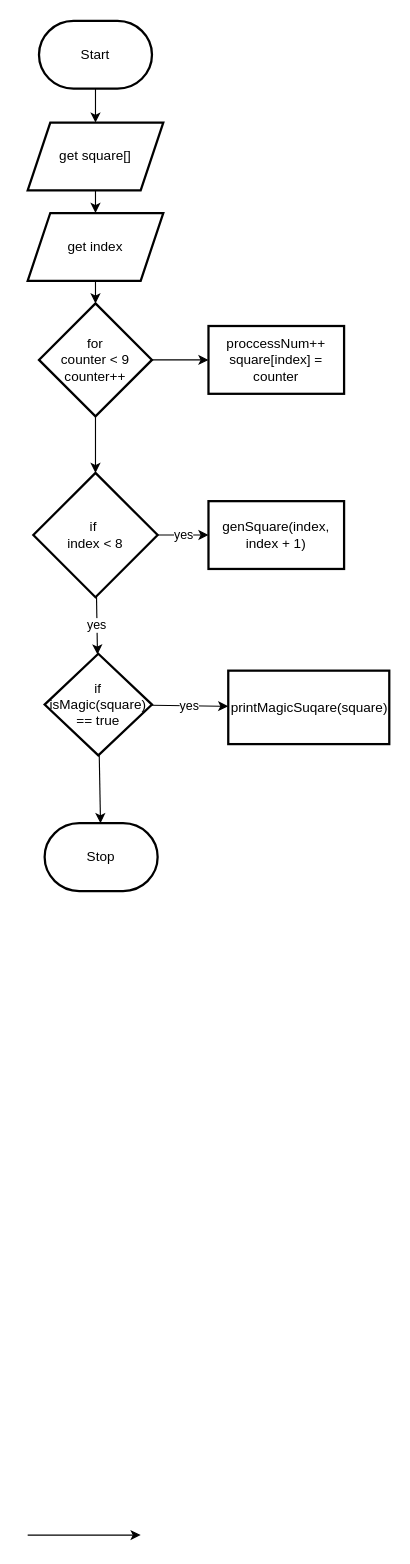
Before: Unit3-05/flowchart.drawio in Flynn-Rundquist/ICS4U-Unit3, a draw.io diagram. Source tidied: cells renumbered, new cells numbered last; positions are measured from the earlier drawing's top-left corner, leaving out a move shared by most shapes. Both pictures are drawn from the tidied source at 113%, with x=0, y=0 at pixel (27, 20).
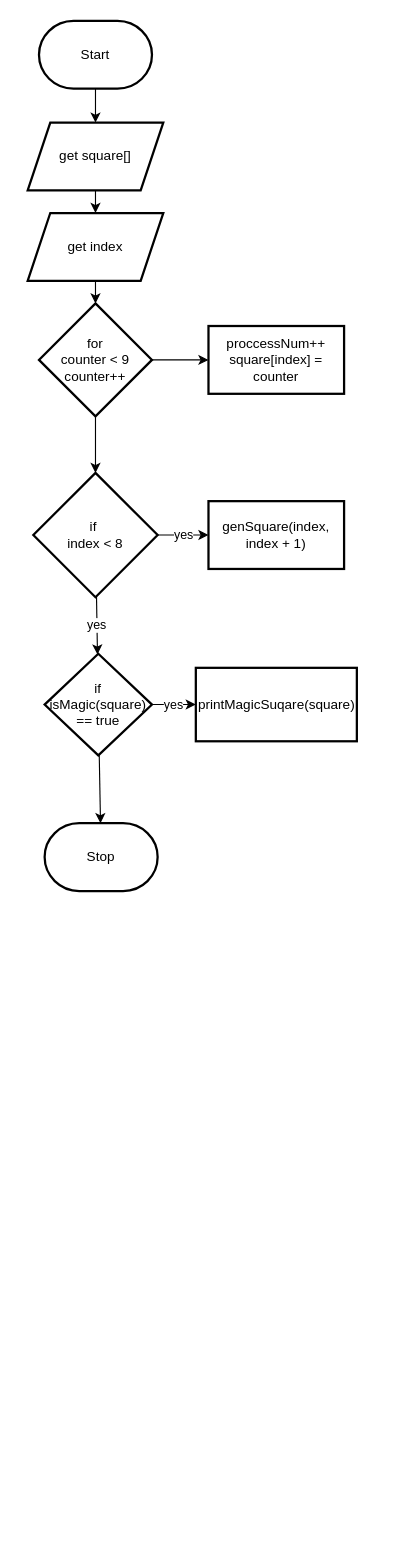
The same diagram, later.

The edit, as a diff of the source:
```diff
@@
     <mxCell id="19" value="printMagicSuqare(square)" style="whiteSpace=wrap;html=1;strokeWidth=2;" parent="1" vertex="1">
-      <mxGeometry x="177.5" y="575" width="142.5" height="65" as="geometry" />
+      <mxGeometry x="148.8" y="572.5" width="142.5" height="65" as="geometry" />
     </mxCell>
-    <mxCell id="20" style="edgeStyle=none;orthogonalLoop=1;jettySize=auto;html=1;" parent="1" edge="1">
-      <mxGeometry relative="1" as="geometry">
-        <mxPoint y="1340" as="sourcePoint" />
-        <mxPoint x="100" y="1340" as="targetPoint" />
-        <Array as="points">
-          <mxPoint x="50" y="1340" />
-        </Array>
-      </mxGeometry>
-    </mxCell>
```
